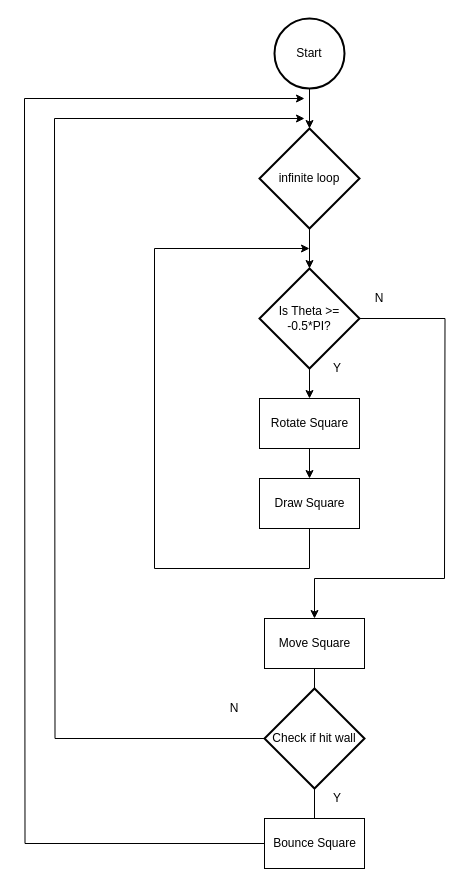
This is MSE 110 assignment1.drawio from gurjeetsingh/cmpt125, a draw.io file, before an edit. Source tidied: cells renumbered, new cells numbered last; positions are measured from the earlier drawing's top-left corner, leaving out a move shared by most shapes. Both pictures are drawn from the tidied source at 100%, with x=0, y=0 at pixel (24, 18).
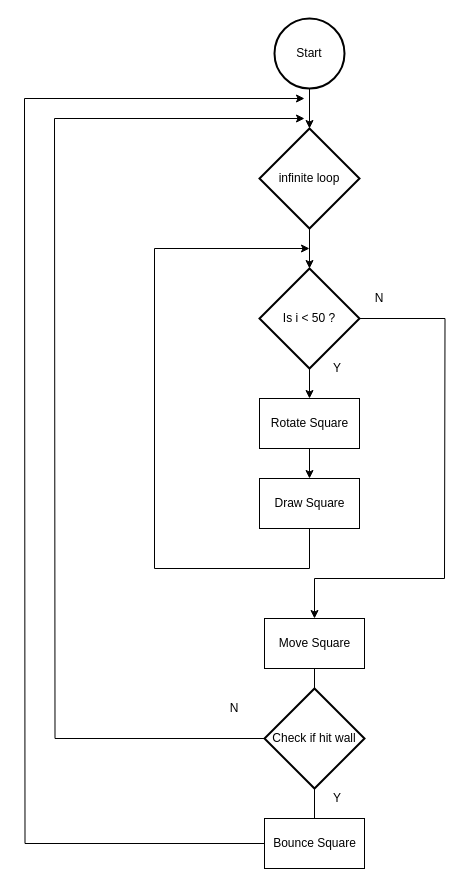
The same page after the edit.

Change to the diagram source:
```diff
@@
-    <mxCell id="8" value="Is Theta &amp;gt;= -0.5*PI?" style="strokeWidth=2;html=1;shape=mxgraph.flowchart.decision;whiteSpace=wrap;" parent="1" vertex="1">
+    <mxCell id="8" value="&lt;font style=&quot;font-size: 12px&quot;&gt;Is i &amp;lt; 50 ?&lt;/font&gt;" style="strokeWidth=2;html=1;shape=mxgraph.flowchart.decision;whiteSpace=wrap;" parent="1" vertex="1">
       <mxGeometry x="235" y="250" width="100" height="100" as="geometry" />
     </mxCell>
```
